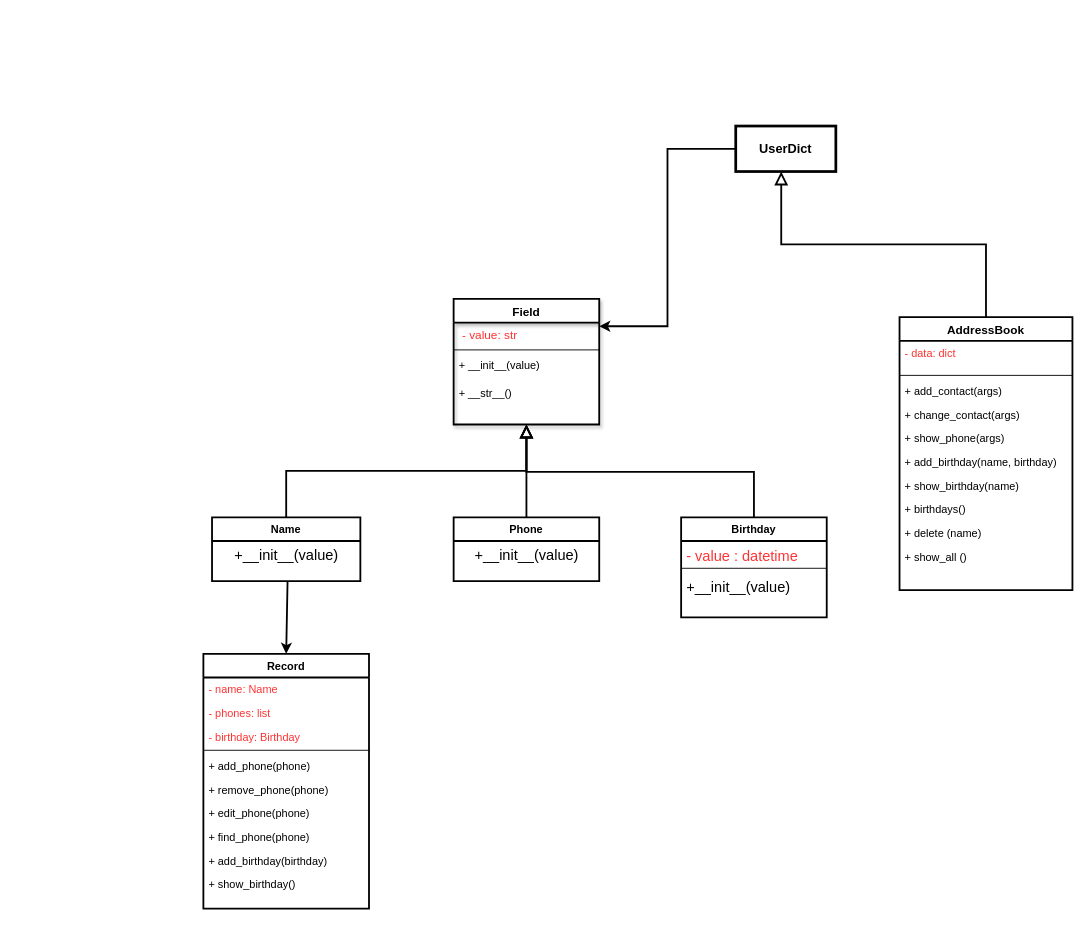
The draw.io diagram uml-pyweb-hw-01.drawio in Kaigorodov84/goit-pyweb-hw-01, before the edit. Source tidied: cells renumbered, new cells numbered last; positions are measured from the earlier drawing's top-left corner, leaving out a move shared by most shapes. Both pictures are drawn from the tidied source at 91%, with x=0, y=0 at pixel (203, 126).
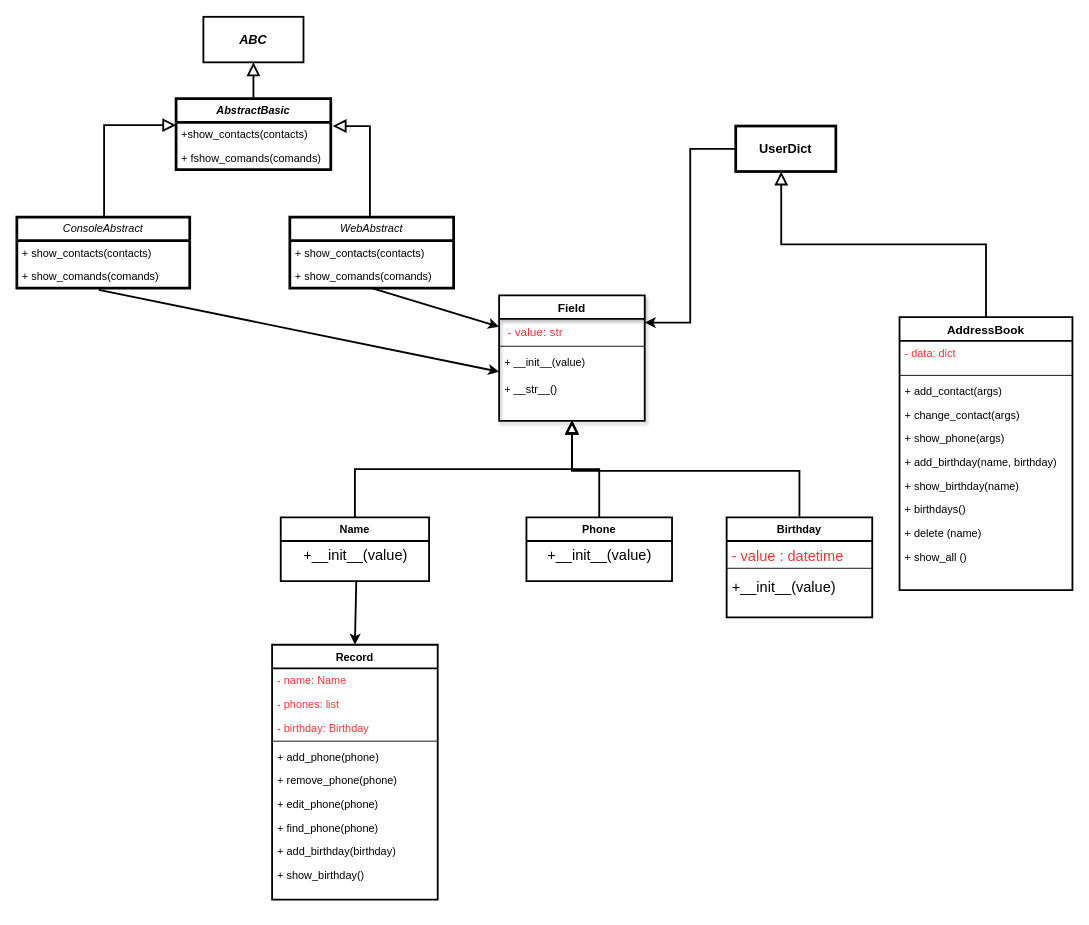
After the change.

Unchanged cells that the change refers to:
```xml
<mxCell id="5" value="+ __init__(value)               &#10;" style="text;align=left;verticalAlign=top;spacingLeft=4;spacingRight=4;overflow=hidden;points=[[0,0.5],[1,0.5]];portConstraint=eastwest;" parent="2" vertex="1">
  <mxGeometry y="60" width="160" height="30" as="geometry" />
</mxCell>
```

Diff of the diagram source:
```diff
@@
     <mxCell id="2" value="Field" style="swimlane;fontStyle=1;align=center;verticalAlign=top;horizontal=1;startSize=26;rounded=0;shadow=1;strokeWidth=2;fontSize=13;" parent="1" vertex="1">
-      <mxGeometry x="275" y="190" width="160" height="138" as="geometry" />
+      <mxGeometry x="325" y="186" width="160" height="138" as="geometry" />
     </mxCell>
@@
     <mxCell id="7" value="Name" style="swimlane;fontStyle=1;align=center;verticalAlign=top;horizontal=1;startSize=26;rounded=0;shadow=0;strokeWidth=2;" parent="1" vertex="1">
-      <mxGeometry x="9.5" y="430" width="163" height="70" as="geometry" />
+      <mxGeometry x="85" y="430" width="163" height="70" as="geometry" />
     </mxCell>
@@
     <mxCell id="11" value="Phone" style="swimlane;fontStyle=1;align=center;verticalAlign=top;horizontal=1;startSize=26;rounded=0;shadow=0;strokeWidth=2;" parent="1" vertex="1">
-      <mxGeometry x="275" y="430" width="160" height="70" as="geometry" />
+      <mxGeometry x="355" y="430" width="160" height="70" as="geometry" />
     </mxCell>
@@
     <mxCell id="25" value="Record" style="swimlane;fontStyle=1;align=center;verticalAlign=top;horizontal=1;startSize=26;rounded=0;shadow=0;strokeWidth=2;" parent="1" vertex="1">
-      <mxGeometry y="580" width="182" height="280" as="geometry" />
+      <mxGeometry x="75.5" y="570" width="182" height="280" as="geometry" />
     </mxCell>
@@
     <mxCell id="37" value="&lt;span style=&quot;text-wrap: nowrap;&quot;&gt;Birthday&lt;/span&gt;" style="swimlane;fontStyle=1;align=center;verticalAlign=top;horizontal=1;startSize=26;whiteSpace=wrap;html=1;strokeWidth=2;" parent="1" vertex="1">
-      <mxGeometry x="525" y="430" width="160" height="110" as="geometry" />
+      <mxGeometry x="575" y="430" width="160" height="110" as="geometry" />
     </mxCell>
@@
-    <mxCell id="41" style="endArrow=block;endSize=10;endFill=0;shadow=0;strokeWidth=2;rounded=0;curved=0;edgeStyle=elbowEdgeStyle;elbow=vertical;exitX=0.5;exitY=0;exitDx=0;exitDy=0;entryX=0.5;entryY=1;entryDx=0;entryDy=0;" parent="1" edge="1" source="37" target="2">
+    <mxCell id="41" style="endArrow=block;endSize=10;endFill=0;shadow=0;strokeWidth=2;rounded=0;curved=0;edgeStyle=elbowEdgeStyle;elbow=vertical;exitX=0.5;exitY=0;exitDx=0;exitDy=0;entryX=0.5;entryY=1;entryDx=0;entryDy=0;" parent="1" edge="1">
       <mxGeometry relative="1" as="geometry">
+        <mxPoint x="655" y="429" as="sourcePoint" />
+        <mxPoint x="405" y="323" as="targetPoint" />
         <Array as="points">
-          <mxPoint x="485" y="380" />
+          <mxPoint x="485" y="379" />
         </Array>
       </mxGeometry>
     </mxCell>
@@
+    <mxCell id="44" value="&lt;font style=&quot;font-size: 14px;&quot;&gt;&lt;b&gt;&lt;i&gt;ABC&lt;/i&gt;&lt;/b&gt;&lt;/font&gt;" style="html=1;whiteSpace=wrap;strokeWidth=2;" parent="1" vertex="1">
+      <mxGeometry y="-120" width="110" height="50" as="geometry" />
+    </mxCell>
+    <mxCell id="45" value="&lt;i&gt;WebAbstract&lt;/i&gt;" style="swimlane;fontStyle=0;horizontal=1;startSize=26;fillColor=none;whiteSpace=wrap;html=1;strokeWidth=3;" parent="1" vertex="1">
+      <mxGeometry x="95" y="100" width="180" height="78" as="geometry" />
+    </mxCell>
+    <mxCell id="46" value="+ show_contacts(contacts)" style="text;strokeColor=none;fillColor=none;align=left;verticalAlign=top;spacingLeft=4;spacingRight=4;overflow=hidden;whiteSpace=wrap;html=1;" parent="45" vertex="1">
+      <mxGeometry y="26" width="180" height="26" as="geometry" />
+    </mxCell>
+    <mxCell id="47" value="+ show_comands(comands)" style="text;strokeColor=none;fillColor=none;align=left;verticalAlign=top;spacingLeft=4;spacingRight=4;overflow=hidden;whiteSpace=wrap;html=1;" parent="45" vertex="1">
+      <mxGeometry y="52" width="180" height="26" as="geometry" />
+    </mxCell>
+    <mxCell id="48" value="&lt;i style=&quot;font-weight: 700;&quot;&gt;AbstractBasic&lt;/i&gt;" style="swimlane;fontStyle=0;horizontal=1;startSize=26;fillColor=none;whiteSpace=wrap;html=1;strokeWidth=3;" parent="1" vertex="1">
+      <mxGeometry x="-30" y="-30" width="170" height="78" as="geometry" />
+    </mxCell>
+    <mxCell id="49" value="+show_contacts(contacts)" style="text;strokeColor=none;fillColor=none;align=left;verticalAlign=top;spacingLeft=4;spacingRight=4;overflow=hidden;whiteSpace=wrap;html=1;" parent="48" vertex="1">
+      <mxGeometry y="26" width="170" height="26" as="geometry" />
+    </mxCell>
+    <mxCell id="50" value="+ fshow_comands(comands)" style="text;strokeColor=none;fillColor=none;align=left;verticalAlign=top;spacingLeft=4;spacingRight=4;overflow=hidden;whiteSpace=wrap;html=1;" parent="48" vertex="1">
+      <mxGeometry y="52" width="170" height="26" as="geometry" />
+    </mxCell>
+    <mxCell id="51" value="&lt;i&gt;ConsoleAbstract&lt;/i&gt;" style="swimlane;fontStyle=0;horizontal=1;startSize=26;fillColor=none;whiteSpace=wrap;html=1;strokeWidth=3;" parent="1" vertex="1">
+      <mxGeometry x="-205" y="100" width="190" height="78" as="geometry" />
+    </mxCell>
+    <mxCell id="52" value="+ show_contacts(contacts)" style="text;strokeColor=none;fillColor=none;align=left;verticalAlign=top;spacingLeft=4;spacingRight=4;overflow=hidden;whiteSpace=wrap;html=1;" parent="51" vertex="1">
+      <mxGeometry y="26" width="190" height="26" as="geometry" />
+    </mxCell>
+    <mxCell id="53" value="+ show_comands(comands)" style="text;strokeColor=none;fillColor=none;align=left;verticalAlign=top;spacingLeft=4;spacingRight=4;overflow=hidden;points=[[0,0.5],[1,0.5]];portConstraint=eastwest;whiteSpace=wrap;html=1;" parent="51" vertex="1">
+      <mxGeometry y="52" width="190" height="26" as="geometry" />
+    </mxCell>
+    <mxCell id="54" style="endArrow=block;endSize=10;endFill=0;shadow=0;strokeWidth=2;rounded=0;curved=0;edgeStyle=elbowEdgeStyle;elbow=vertical;exitX=0.5;exitY=0;exitDx=0;exitDy=0;" parent="1" edge="1" source="48" target="44">
+      <mxGeometry relative="1" as="geometry" />
+    </mxCell>
+    <mxCell id="55" style="endArrow=block;endSize=10;endFill=0;shadow=0;strokeWidth=2;rounded=0;curved=0;edgeStyle=elbowEdgeStyle;elbow=vertical;exitX=0.5;exitY=0;exitDx=0;exitDy=0;entryX=1.024;entryY=0.154;entryDx=0;entryDy=0;entryPerimeter=0;" parent="1" edge="1">
+      <mxGeometry relative="1" as="geometry">
+        <mxPoint x="183" y="100" as="sourcePoint" />
+        <mxPoint x="142.1" as="targetPoint" />
+        <Array as="points">
+          <mxPoint x="233" />
+        </Array>
+      </mxGeometry>
+    </mxCell>
+    <mxCell id="56" style="endArrow=block;endSize=10;endFill=0;shadow=0;strokeWidth=2;rounded=0;curved=0;edgeStyle=elbowEdgeStyle;elbow=vertical;exitX=0.5;exitY=0;exitDx=0;exitDy=0;entryX=-0.029;entryY=0.116;entryDx=0;entryDy=0;entryPerimeter=0;" parent="1" edge="1">
+      <mxGeometry relative="1" as="geometry">
+        <mxPoint x="-109.1" y="99" as="sourcePoint" />
+        <mxPoint x="-29.9" y="-1" as="targetPoint" />
+        <Array as="points">
+          <mxPoint x="-59.1" y="-1" />
+        </Array>
+      </mxGeometry>
+    </mxCell>
+    <mxCell id="57" style="endArrow=classic;html=1;rounded=0;strokeWidth=2;exitX=0.5;exitY=1;exitDx=0;exitDy=0;entryX=0;entryY=0.25;entryDx=0;entryDy=0;" parent="1" edge="1" source="45" target="2">
+      <mxGeometry relative="1" as="geometry" />
+    </mxCell>
+    <mxCell id="58" style="endArrow=classic;html=1;rounded=0;entryX=0;entryY=0.8;entryDx=0;entryDy=0;strokeWidth=2;exitX=0.474;exitY=1.077;exitDx=0;exitDy=0;exitPerimeter=0;entryPerimeter=0;" parent="1" edge="1" source="53" target="5">
+      <mxGeometry relative="1" as="geometry" />
+    </mxCell>
```
